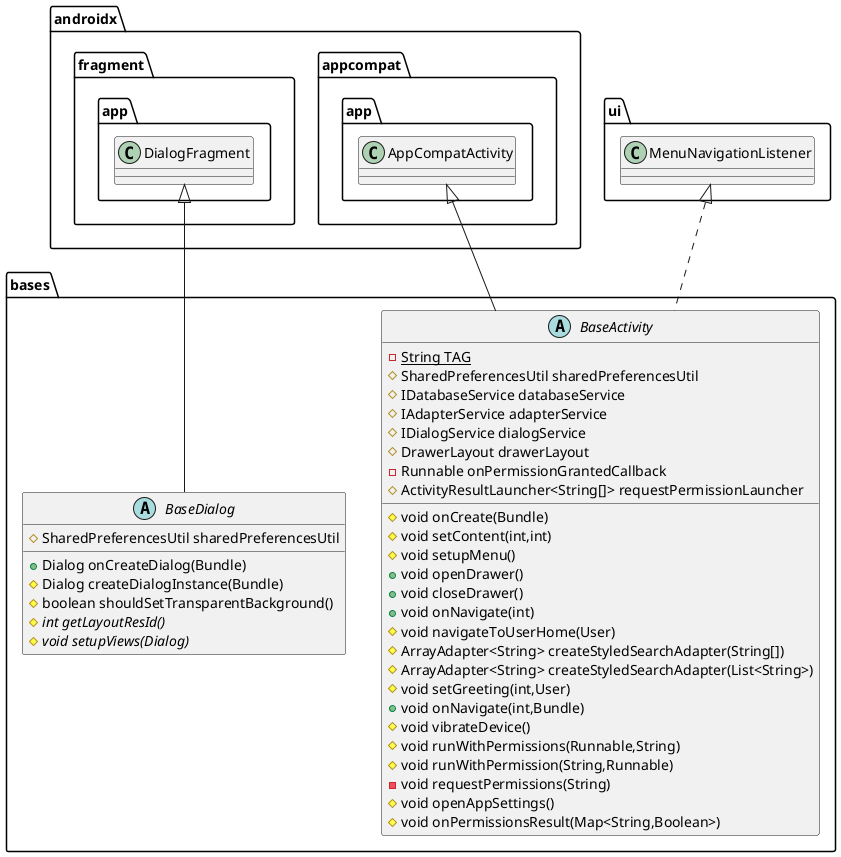
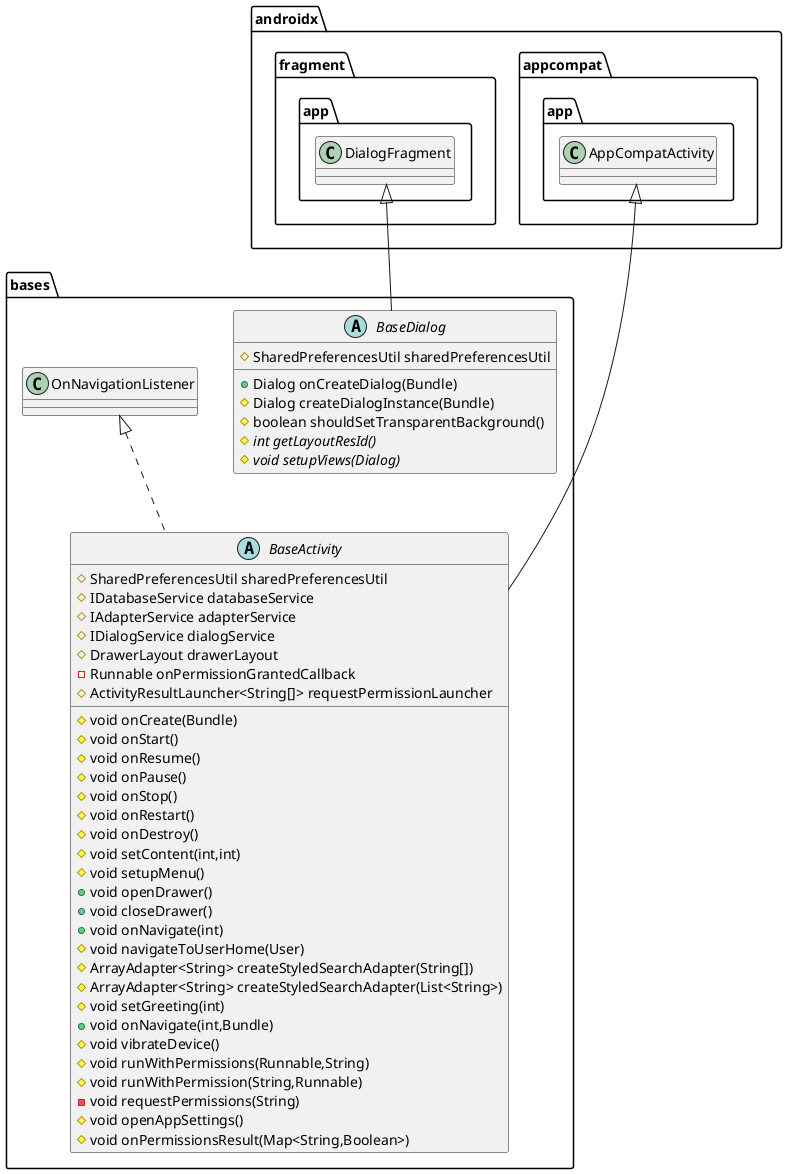
@startuml
abstract class bases.BaseDialog {
# SharedPreferencesUtil sharedPreferencesUtil
+ Dialog onCreateDialog(Bundle)
# Dialog createDialogInstance(Bundle)
# boolean shouldSetTransparentBackground()
# {abstract}int getLayoutResId()
# {abstract}void setupViews(Dialog)
}


abstract class bases.BaseActivity {
- - {static} String TAG
# SharedPreferencesUtil sharedPreferencesUtil
# IDatabaseService databaseService
# IAdapterService adapterService
# IDialogService dialogService
# DrawerLayout drawerLayout
- Runnable onPermissionGrantedCallback
# ActivityResultLauncher<String[]> requestPermissionLauncher
# void onCreate(Bundle)
+ # void onStart()
+ # void onResume()
+ # void onPause()
+ # void onStop()
+ # void onRestart()
+ # void onDestroy()
# void setContent(int,int)
# void setupMenu()
+ void openDrawer()
+ void closeDrawer()
+ void onNavigate(int)
# void navigateToUserHome(User)
# ArrayAdapter<String> createStyledSearchAdapter(String[])
# ArrayAdapter<String> createStyledSearchAdapter(List<String>)
- # void setGreeting(int,User)
+ # void setGreeting(int)
+ void onNavigate(int,Bundle)
# void vibrateDevice()
# void runWithPermissions(Runnable,String)
# void runWithPermission(String,Runnable)
- void requestPermissions(String)
# void openAppSettings()
# void onPermissionsResult(Map<String,Boolean>)
}




androidx.fragment.app.DialogFragment <|-- bases.BaseDialog
- ui.MenuNavigationListener <|.. bases.BaseActivity
+ bases.OnNavigationListener <|.. bases.BaseActivity
androidx.appcompat.app.AppCompatActivity <|-- bases.BaseActivity
- @enduml
+ @enduml